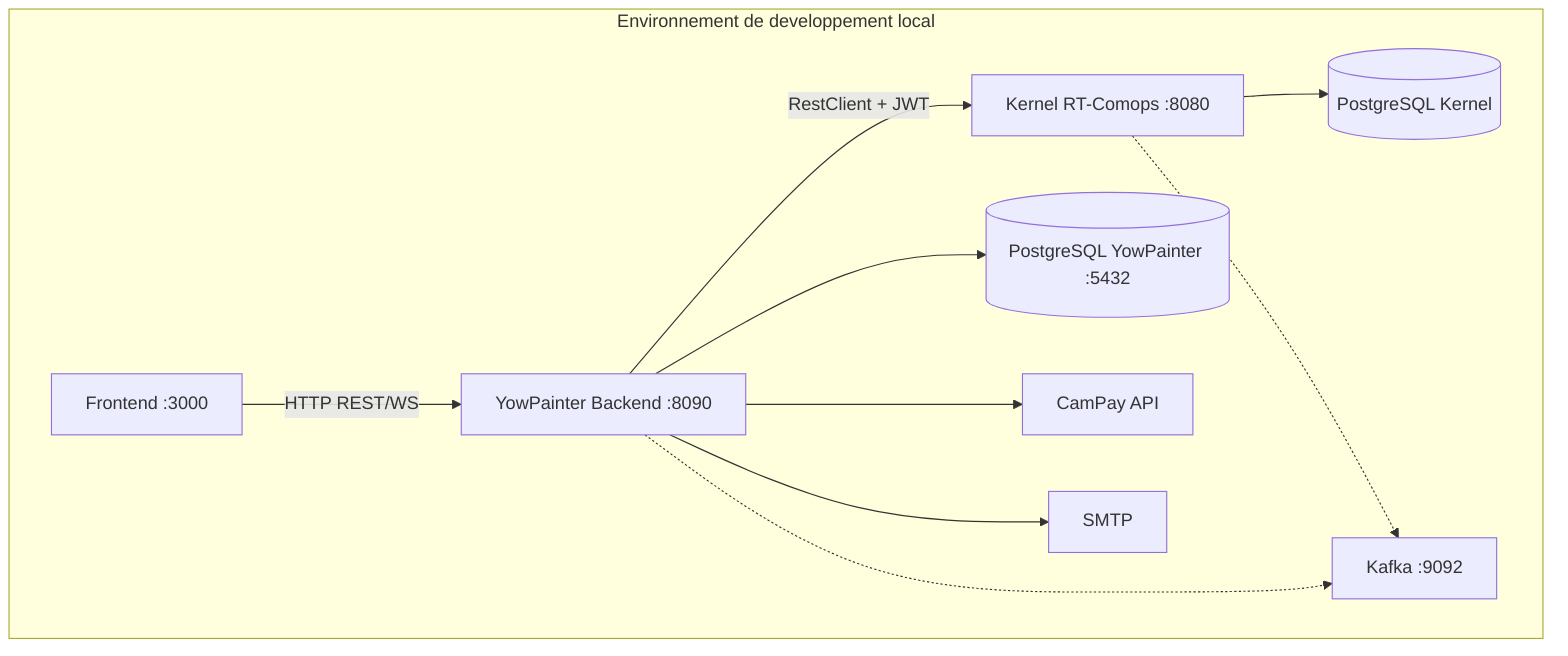
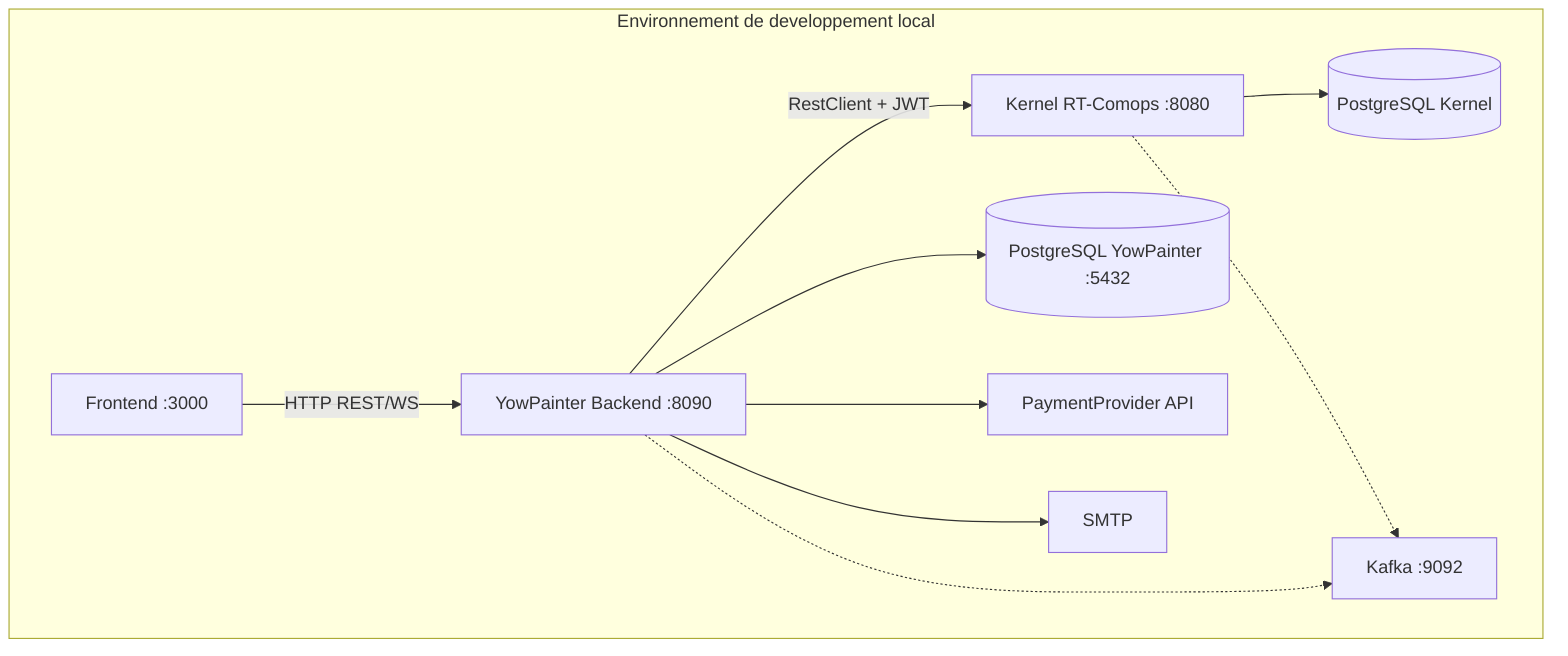
flowchart TB
    subgraph Local["Environnement de developpement local"]
        FE[Frontend :3000]
        BE[YowPainter Backend :8090]
        K[Kernel RT-Comops :8080]
        PG[(PostgreSQL YowPainter :5432)]
        PGK[(PostgreSQL Kernel)]
-         CP[CamPay API]
+         CP[PaymentProvider API]
        SMTP[SMTP]
        KF[Kafka :9092]
    end

    FE -->|HTTP REST/WS| BE
    BE -->|RestClient + JWT| K
    BE --> PG
    K --> PGK
    BE --> CP
    BE --> SMTP
    BE -.-> KF
    K -.-> KF
